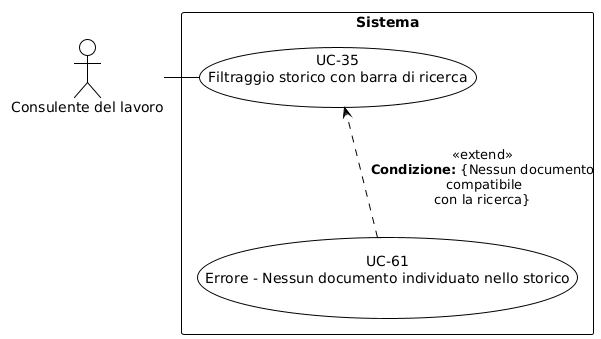
This is RTB/Analisi dei Requisiti/diagrammi_use_case/UC-35.png from aLittleByte-19/Documentazione, a PlantUML export, as it was before one commit. Source of this version:
```plantuml
@startuml
!theme plain
skinparam usecase {
  BackgroundColor white
  BorderColor black
}
skinparam actor {
  BackgroundColor white
  BorderColor black
}
skinparam rectangle {
  BackgroundColor white
  BorderColor black
}
top to bottom direction
actor "Consulente del lavoro" as C
rectangle "Sistema" {
  usecase "UC-35\nFiltraggio storico con barra di ricerca" as UC35
  usecase "UC-61\nErrore - Nessun documento individuato nello storico" as UC61
  C - UC35

  UC35 -[hidden]d- UC61
  UC61 ..> UC35 : <<extend>>\n**Condizione:** {Nessun documento\n compatibile\ncon la ricerca}
}
@enduml
```
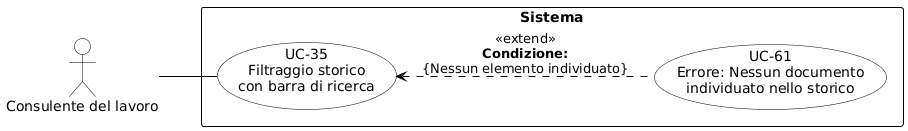
After the change.

The edit, as a diff of the source:
```diff
@@ -1,25 +1,32 @@
 @startuml
-!theme plain
+skinparam shadowing false
+skinparam defaultFontName Arial
+left to right direction
+skinparam nodesep 15
+skinparam ranksep 50
+
 skinparam usecase {
-  BackgroundColor white
-  BorderColor black
+    BackgroundColor white
+    BorderColor black
+    ArrowColor black
 }
 skinparam actor {
-  BackgroundColor white
-  BorderColor black
+    BackgroundColor white
+    BorderColor black
 }
 skinparam rectangle {
-  BackgroundColor white
-  BorderColor black
+    BorderColor black
+    FontStyle bold
 }
-top to bottom direction
-actor "Consulente del lavoro" as C
+
+actor "Consulente del lavoro" as CL
+
 rectangle "Sistema" {
-  usecase "UC-35\nFiltraggio storico con barra di ricerca" as UC35
-  usecase "UC-61\nErrore - Nessun documento individuato nello storico" as UC61
-  C - UC35
+    usecase "UC-35\nFiltraggio storico\ncon barra di ricerca" as UC35
+    usecase "UC-61\nErrore: Nessun documento\nindividuato nello storico" as UC61
 
-  UC35 -[hidden]d- UC61
-  UC61 ..> UC35 : <<extend>>\n**Condizione:** {Nessun documento\n compatibile\ncon la ricerca}
+    UC35 <.. UC61 : <<extend>>\n**Condizione:**\n{Nessun elemento individuato}
 }
+
+CL -- UC35
 @enduml
```
